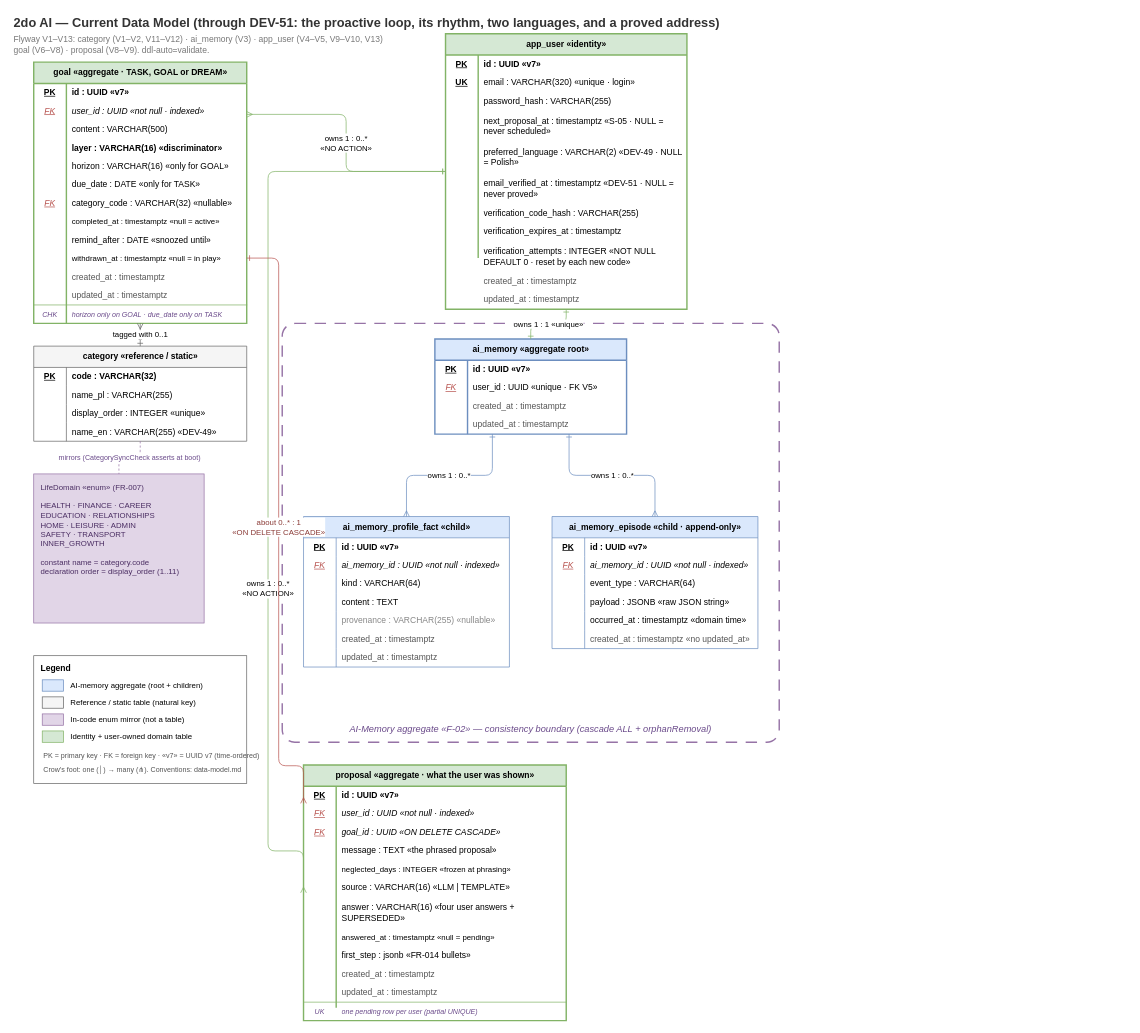
Earlier version of the draw.io diagram context/foundation/data-model-current.drawio (TheDariusz/2doai). Source tidied: cells renumbered, new cells numbered last; positions are measured from the earlier drawing's top-left corner, leaving out a move shared by most shapes. Both pictures are drawn from the tidied source at 71%, with x=0, y=0 at pixel (12, 12).
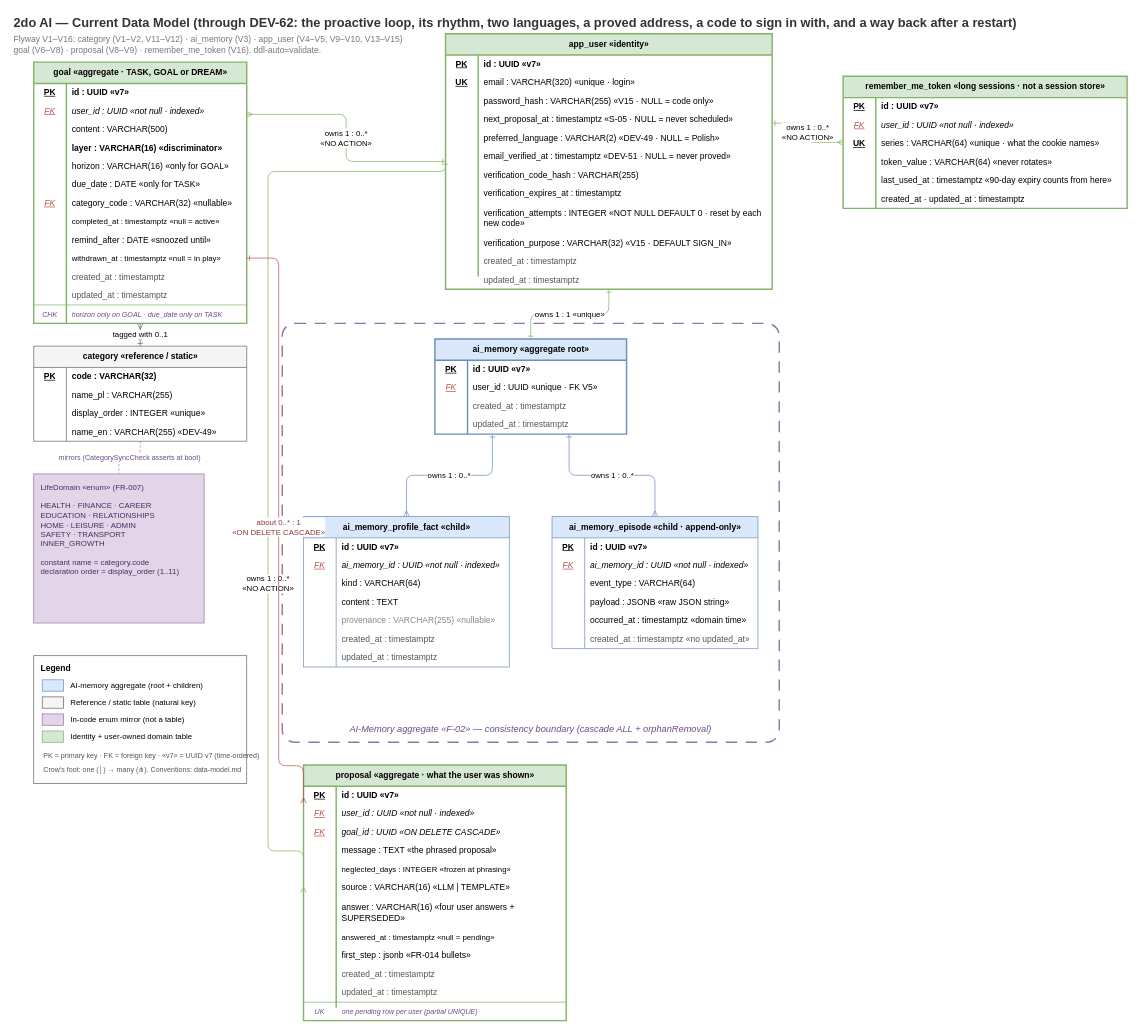
Above is the later version.

What changed in the source:
```diff
@@
-    <mxCell id="2" value="2do AI — Current Data Model (through DEV-51: the proactive loop, its rhythm, two languages, and a proved address)" style="text;html=1;align=left;verticalAlign=middle;fontSize=18;fontStyle=1;fontColor=#333333;" parent="1" vertex="1">
+    <mxCell id="2" value="2do AI — Current Data Model (through DEV-62: the proactive loop, its rhythm, two languages, a proved address, a code to sign in with, and a way back after a restart)" style="text;html=1;align=left;verticalAlign=middle;fontSize=18;fontStyle=1;fontColor=#333333;" parent="1" vertex="1">
       <mxGeometry width="760" height="30" as="geometry" />
     </mxCell>
-    <mxCell id="3" value="Flyway V1–V13:  category (V1–V2, V11–V12) · ai_memory (V3) · app_user (V4–V5, V9–V10, V13)&#10;goal (V6–V8) · proposal (V8–V9).   ddl-auto=validate." style="text;html=1;align=left;verticalAlign=middle;fontSize=12;fontColor=#777777;" parent="1" vertex="1">
+    <mxCell id="3" value="Flyway V1–V16:  category (V1–V2, V11–V12) · ai_memory (V3) · app_user (V4–V5, V9–V10, V13–V15)&#10;goal (V6–V8) · proposal (V8–V9) · remember_me_token (V16).   ddl-auto=validate." style="text;html=1;align=left;verticalAlign=middle;fontSize=12;fontColor=#777777;" parent="1" vertex="1">
       <mxGeometry y="28" width="600" height="34" as="geometry" />
     </mxCell>
@@
     <mxCell id="19" value="app_user  «identity»" style="shape=table;startSize=30;childLayout=tableLayout;rowLines=0;fontStyle=1;align=center;strokeColor=#82b366;strokeWidth=2;fillColor=#d5e8d4;html=1;" parent="1" vertex="1">
-      <mxGeometry x="610" y="30" width="340" height="388" as="geometry" />
+      <mxGeometry x="610" y="30" width="460" height="360" as="geometry" />
     </mxCell>
     <mxCell id="20" style="shape=tableRow;horizontal=0;startSize=0;swimlaneHead=0;swimlaneBody=0;strokeColor=inherit;top=0;left=0;right=0;bottom=0;fillColor=none;fontSize=12;" parent="19" vertex="1">
-      <mxGeometry y="30" width="340" height="26" as="geometry" />
+      <mxGeometry y="30" width="460" height="26" as="geometry" />
     </mxCell>
@@
     <mxCell id="22" value="id : UUID  «v7»" style="shape=partialRectangle;html=1;whiteSpace=wrap;strokeColor=inherit;overflow=hidden;fillColor=none;top=0;left=0;bottom=0;right=0;align=left;spacingLeft=6;fontStyle=1;" parent="20" vertex="1">
-      <mxGeometry x="46" width="294" height="26" as="geometry" />
+      <mxGeometry x="46" width="414" height="26" as="geometry" />
     </mxCell>
     <mxCell id="23" style="shape=tableRow;horizontal=0;startSize=0;swimlaneHead=0;swimlaneBody=0;strokeColor=inherit;top=0;left=0;right=0;bottom=0;fillColor=none;fontSize=12;" parent="19" vertex="1">
-      <mxGeometry y="56" width="340" height="26" as="geometry" />
+      <mxGeometry y="56" width="460" height="26" as="geometry" />
     </mxCell>
@@
     <mxCell id="25" value="email : VARCHAR(320)  «unique · login»" style="shape=partialRectangle;html=1;whiteSpace=wrap;strokeColor=inherit;overflow=hidden;fillColor=none;top=0;left=0;bottom=0;right=0;align=left;spacingLeft=6;" parent="23" vertex="1">
-      <mxGeometry x="46" width="294" height="26" as="geometry" />
+      <mxGeometry x="46" width="414" height="26" as="geometry" />
     </mxCell>
     <mxCell id="26" style="shape=tableRow;horizontal=0;startSize=0;swimlaneHead=0;swimlaneBody=0;strokeColor=inherit;top=0;left=0;right=0;bottom=0;fillColor=none;fontSize=12;" parent="19" vertex="1">
-      <mxGeometry y="82" width="340" height="26" as="geometry" />
+      <mxGeometry y="82" width="460" height="26" as="geometry" />
     </mxCell>
@@
-    <mxCell id="28" value="password_hash : VARCHAR(255)" style="shape=partialRectangle;html=1;whiteSpace=wrap;strokeColor=inherit;overflow=hidden;fillColor=none;top=0;left=0;bottom=0;right=0;align=left;spacingLeft=6;" parent="26" vertex="1">
-      <mxGeometry x="46" width="294" height="26" as="geometry" />
+    <mxCell id="28" value="password_hash : VARCHAR(255)  «V15 · NULL = code only»" style="shape=partialRectangle;html=1;whiteSpace=wrap;strokeColor=inherit;overflow=hidden;fillColor=none;top=0;left=0;bottom=0;right=0;align=left;spacingLeft=6;" parent="26" vertex="1">
+      <mxGeometry x="46" width="414" height="26" as="geometry" />
     </mxCell>
     <mxCell id="29" style="shape=tableRow;horizontal=0;startSize=0;swimlaneHead=0;swimlaneBody=0;strokeColor=inherit;top=0;left=0;right=0;bottom=0;fillColor=none;fontSize=12;" parent="19" vertex="1">
-      <mxGeometry y="108" width="340" height="44" as="geometry" />
+      <mxGeometry y="108" width="460" height="26" as="geometry" />
     </mxCell>
@@
     <mxCell id="31" value="next_proposal_at : timestamptz  «S-05 · NULL = never scheduled»" style="shape=partialRectangle;html=1;whiteSpace=wrap;strokeColor=inherit;overflow=hidden;fillColor=none;top=0;left=0;bottom=0;right=0;align=left;spacingLeft=6;" parent="29" vertex="1">
-      <mxGeometry x="46" width="294" height="44" as="geometry" />
+      <mxGeometry x="46" width="414" height="26" as="geometry" />
     </mxCell>
     <mxCell id="32" style="shape=tableRow;horizontal=0;startSize=0;swimlaneHead=0;swimlaneBody=0;strokeColor=inherit;top=0;left=0;right=0;bottom=0;fillColor=none;fontSize=12;" parent="19" vertex="1">
-      <mxGeometry y="152" width="340" height="44" as="geometry" />
+      <mxGeometry y="134" width="460" height="26" as="geometry" />
     </mxCell>
@@
     <mxCell id="34" value="preferred_language : VARCHAR(2)  «DEV-49 · NULL = Polish»" style="shape=partialRectangle;html=1;whiteSpace=wrap;strokeColor=inherit;overflow=hidden;fillColor=none;top=0;left=0;bottom=0;right=0;align=left;spacingLeft=6;" parent="32" vertex="1">
-      <mxGeometry x="46" width="294" height="44" as="geometry" />
+      <mxGeometry x="46" width="414" height="26" as="geometry" />
     </mxCell>
     <mxCell id="35" style="shape=tableRow;horizontal=0;startSize=0;swimlaneHead=0;swimlaneBody=0;strokeColor=inherit;top=0;left=0;right=0;bottom=0;fillColor=none;fontSize=12;" parent="19" vertex="1">
-      <mxGeometry y="196" width="340" height="44" as="geometry" />
+      <mxGeometry y="160" width="460" height="26" as="geometry" />
     </mxCell>
@@
     <mxCell id="37" value="email_verified_at : timestamptz  «DEV-51 · NULL = never proved»" style="shape=partialRectangle;html=1;whiteSpace=wrap;strokeColor=inherit;overflow=hidden;fillColor=none;top=0;left=0;bottom=0;right=0;align=left;spacingLeft=6;" parent="35" vertex="1">
-      <mxGeometry x="46" width="294" height="44" as="geometry" />
+      <mxGeometry x="46" width="414" height="26" as="geometry" />
     </mxCell>
     <mxCell id="38" style="shape=tableRow;horizontal=0;startSize=0;swimlaneHead=0;swimlaneBody=0;strokeColor=inherit;top=0;left=0;right=0;bottom=0;fillColor=none;fontSize=12;" parent="19" vertex="1">
-      <mxGeometry y="240" width="340" height="26" as="geometry" />
+      <mxGeometry y="186" width="460" height="26" as="geometry" />
     </mxCell>
@@
     <mxCell id="40" value="verification_code_hash : VARCHAR(255)" style="shape=partialRectangle;html=1;whiteSpace=wrap;strokeColor=inherit;overflow=hidden;fillColor=none;top=0;left=0;bottom=0;right=0;align=left;spacingLeft=6;" parent="38" vertex="1">
-      <mxGeometry x="46" width="294" height="26" as="geometry" />
+      <mxGeometry x="46" width="414" height="26" as="geometry" />
     </mxCell>
     <mxCell id="41" style="shape=tableRow;horizontal=0;startSize=0;swimlaneHead=0;swimlaneBody=0;strokeColor=inherit;top=0;left=0;right=0;bottom=0;fillColor=none;fontSize=12;" parent="19" vertex="1">
-      <mxGeometry y="266" width="340" height="26" as="geometry" />
+      <mxGeometry y="212" width="460" height="26" as="geometry" />
     </mxCell>
@@
     <mxCell id="43" value="verification_expires_at : timestamptz" style="shape=partialRectangle;html=1;whiteSpace=wrap;strokeColor=inherit;overflow=hidden;fillColor=none;top=0;left=0;bottom=0;right=0;align=left;spacingLeft=6;" parent="41" vertex="1">
-      <mxGeometry x="46" width="294" height="26" as="geometry" />
+      <mxGeometry x="46" width="414" height="26" as="geometry" />
     </mxCell>
     <mxCell id="44" style="shape=tableRow;horizontal=0;startSize=0;swimlaneHead=0;swimlaneBody=0;strokeColor=inherit;top=0;left=0;right=0;bottom=0;fillColor=none;fontSize=12;" parent="19" vertex="1">
-      <mxGeometry y="292" width="340" height="44" as="geometry" />
+      <mxGeometry y="238" width="460" height="44" as="geometry" />
     </mxCell>
@@
     <mxCell id="46" value="verification_attempts : INTEGER  «NOT NULL DEFAULT 0 · reset by each new code»" style="shape=partialRectangle;html=1;whiteSpace=wrap;strokeColor=inherit;overflow=hidden;fillColor=none;top=0;left=0;bottom=0;right=0;align=left;spacingLeft=6;" parent="44" vertex="1">
-      <mxGeometry x="46" width="294" height="44" as="geometry" />
+      <mxGeometry x="46" width="414" height="44" as="geometry" />
     </mxCell>
+    <mxCell id="203" style="shape=tableRow;horizontal=0;startSize=0;swimlaneHead=0;swimlaneBody=0;strokeColor=inherit;top=0;left=0;right=0;bottom=0;fillColor=none;fontSize=12;" parent="19" vertex="1">
+      <mxGeometry y="282" width="460" height="26" as="geometry" />
+    </mxCell>
+    <mxCell id="204" style="shape=partialRectangle;html=1;whiteSpace=wrap;strokeColor=inherit;overflow=hidden;fillColor=none;top=0;left=0;bottom=0;right=0;" parent="203" vertex="1">
+      <mxGeometry width="46" height="26" as="geometry" />
+    </mxCell>
+    <mxCell id="205" value="verification_purpose : VARCHAR(32)  «V15 · DEFAULT SIGN_IN»" style="shape=partialRectangle;html=1;whiteSpace=wrap;strokeColor=inherit;overflow=hidden;fillColor=none;top=0;left=0;bottom=0;right=0;align=left;spacingLeft=6;" parent="203" vertex="1">
+      <mxGeometry x="46" width="414" height="26" as="geometry" />
+    </mxCell>
     <mxCell id="47" style="shape=tableRow;horizontal=0;startSize=0;swimlaneHead=0;swimlaneBody=0;strokeColor=inherit;top=0;left=0;right=0;bottom=0;fillColor=none;fontSize=12;" parent="19" vertex="1">
-      <mxGeometry y="336" width="340" height="26" as="geometry" />
+      <mxGeometry y="308" width="460" height="26" as="geometry" />
     </mxCell>
@@
     <mxCell id="49" value="created_at : timestamptz" style="shape=partialRectangle;html=1;whiteSpace=wrap;strokeColor=inherit;overflow=hidden;fillColor=none;top=0;left=0;bottom=0;right=0;align=left;spacingLeft=6;fontColor=#555555;" parent="47" vertex="1">
-      <mxGeometry x="46" width="294" height="26" as="geometry" />
+      <mxGeometry x="46" width="414" height="26" as="geometry" />
     </mxCell>
     <mxCell id="50" style="shape=tableRow;horizontal=0;startSize=0;swimlaneHead=0;swimlaneBody=0;strokeColor=inherit;top=0;left=0;right=0;bottom=0;fillColor=none;fontSize=12;" parent="19" vertex="1">
-      <mxGeometry y="362" width="340" height="26" as="geometry" />
+      <mxGeometry y="334" width="460" height="26" as="geometry" />
     </mxCell>
@@
     <mxCell id="52" value="updated_at : timestamptz" style="shape=partialRectangle;html=1;whiteSpace=wrap;strokeColor=inherit;overflow=hidden;fillColor=none;top=0;left=0;bottom=0;right=0;align=left;spacingLeft=6;fontColor=#555555;" parent="50" vertex="1">
-      <mxGeometry x="46" width="294" height="26" as="geometry" />
+      <mxGeometry x="46" width="414" height="26" as="geometry" />
     </mxCell>
@@
+    <mxCell id="206" value="remember_me_token  «long sessions · not a session store»" style="shape=table;startSize=30;childLayout=tableLayout;rowLines=0;fontStyle=1;align=center;strokeColor=#82b366;strokeWidth=2;fillColor=#d5e8d4;html=1;" parent="1" vertex="1">
+      <mxGeometry x="1170" y="90" width="400" height="186" as="geometry" />
+    </mxCell>
+    <mxCell id="207" style="shape=tableRow;horizontal=0;startSize=0;swimlaneHead=0;swimlaneBody=0;strokeColor=inherit;top=0;left=0;right=0;bottom=0;fillColor=none;fontSize=12;" parent="206" vertex="1">
+      <mxGeometry y="30" width="400" height="26" as="geometry" />
+    </mxCell>
+    <mxCell id="208" value="PK" style="shape=partialRectangle;html=1;whiteSpace=wrap;strokeColor=inherit;overflow=hidden;fillColor=none;top=0;left=0;bottom=0;right=0;fontStyle=5;align=center;" parent="207" vertex="1">
+      <mxGeometry width="46" height="26" as="geometry" />
+    </mxCell>
+    <mxCell id="209" value="id : UUID  «v7»" style="shape=partialRectangle;html=1;whiteSpace=wrap;strokeColor=inherit;overflow=hidden;fillColor=none;top=0;left=0;bottom=0;right=0;align=left;spacingLeft=6;fontStyle=1;" parent="207" vertex="1">
+      <mxGeometry x="46" width="354" height="26" as="geometry" />
+    </mxCell>
+    <mxCell id="210" style="shape=tableRow;horizontal=0;startSize=0;swimlaneHead=0;swimlaneBody=0;strokeColor=inherit;top=0;left=0;right=0;bottom=0;fillColor=none;fontSize=12;" parent="206" vertex="1">
+      <mxGeometry y="56" width="400" height="26" as="geometry" />
+    </mxCell>
+    <mxCell id="211" value="FK" style="shape=partialRectangle;html=1;whiteSpace=wrap;strokeColor=inherit;overflow=hidden;fillColor=none;top=0;left=0;bottom=0;right=0;fontStyle=6;align=center;fontColor=#b85450;" parent="210" vertex="1">
+      <mxGeometry width="46" height="26" as="geometry" />
+    </mxCell>
+    <mxCell id="212" value="user_id : UUID  «not null · indexed»" style="shape=partialRectangle;html=1;whiteSpace=wrap;strokeColor=inherit;overflow=hidden;fillColor=none;top=0;left=0;bottom=0;right=0;align=left;spacingLeft=6;fontStyle=2;" parent="210" vertex="1">
+      <mxGeometry x="46" width="354" height="26" as="geometry" />
+    </mxCell>
+    <mxCell id="213" style="shape=tableRow;horizontal=0;startSize=0;swimlaneHead=0;swimlaneBody=0;strokeColor=inherit;top=0;left=0;right=0;bottom=0;fillColor=none;fontSize=12;" parent="206" vertex="1">
+      <mxGeometry y="82" width="400" height="26" as="geometry" />
+    </mxCell>
+    <mxCell id="214" value="UK" style="shape=partialRectangle;html=1;whiteSpace=wrap;strokeColor=inherit;overflow=hidden;fillColor=none;top=0;left=0;bottom=0;right=0;fontStyle=5;align=center;" parent="213" vertex="1">
+      <mxGeometry width="46" height="26" as="geometry" />
+    </mxCell>
+    <mxCell id="215" value="series : VARCHAR(64)  «unique · what the cookie names»" style="shape=partialRectangle;html=1;whiteSpace=wrap;strokeColor=inherit;overflow=hidden;fillColor=none;top=0;left=0;bottom=0;right=0;align=left;spacingLeft=6;" parent="213" vertex="1">
+      <mxGeometry x="46" width="354" height="26" as="geometry" />
+    </mxCell>
+    <mxCell id="216" style="shape=tableRow;horizontal=0;startSize=0;swimlaneHead=0;swimlaneBody=0;strokeColor=inherit;top=0;left=0;right=0;bottom=0;fillColor=none;fontSize=12;" parent="206" vertex="1">
+      <mxGeometry y="108" width="400" height="26" as="geometry" />
+    </mxCell>
+    <mxCell id="217" style="shape=partialRectangle;html=1;whiteSpace=wrap;strokeColor=inherit;overflow=hidden;fillColor=none;top=0;left=0;bottom=0;right=0;" parent="216" vertex="1">
+      <mxGeometry width="46" height="26" as="geometry" />
+    </mxCell>
+    <mxCell id="218" value="token_value : VARCHAR(64)  «never rotates»" style="shape=partialRectangle;html=1;whiteSpace=wrap;strokeColor=inherit;overflow=hidden;fillColor=none;top=0;left=0;bottom=0;right=0;align=left;spacingLeft=6;" parent="216" vertex="1">
+      <mxGeometry x="46" width="354" height="26" as="geometry" />
+    </mxCell>
+    <mxCell id="219" style="shape=tableRow;horizontal=0;startSize=0;swimlaneHead=0;swimlaneBody=0;strokeColor=inherit;top=0;left=0;right=0;bottom=0;fillColor=none;fontSize=12;" parent="206" vertex="1">
+      <mxGeometry y="134" width="400" height="26" as="geometry" />
+    </mxCell>
+    <mxCell id="220" style="shape=partialRectangle;html=1;whiteSpace=wrap;strokeColor=inherit;overflow=hidden;fillColor=none;top=0;left=0;bottom=0;right=0;" parent="219" vertex="1">
+      <mxGeometry width="46" height="26" as="geometry" />
+    </mxCell>
+    <mxCell id="221" value="last_used_at : timestamptz  «90-day expiry counts from here»" style="shape=partialRectangle;html=1;whiteSpace=wrap;strokeColor=inherit;overflow=hidden;fillColor=none;top=0;left=0;bottom=0;right=0;align=left;spacingLeft=6;" parent="219" vertex="1">
+      <mxGeometry x="46" width="354" height="26" as="geometry" />
+    </mxCell>
+    <mxCell id="222" style="shape=tableRow;horizontal=0;startSize=0;swimlaneHead=0;swimlaneBody=0;strokeColor=inherit;top=0;left=0;right=0;bottom=0;fillColor=none;fontSize=12;" parent="206" vertex="1">
+      <mxGeometry y="160" width="400" height="26" as="geometry" />
+    </mxCell>
+    <mxCell id="223" style="shape=partialRectangle;html=1;whiteSpace=wrap;strokeColor=inherit;overflow=hidden;fillColor=none;top=0;left=0;bottom=0;right=0;" parent="222" vertex="1">
+      <mxGeometry width="46" height="26" as="geometry" />
+    </mxCell>
+    <mxCell id="224" value="created_at · updated_at : timestamptz" style="shape=partialRectangle;html=1;whiteSpace=wrap;strokeColor=inherit;overflow=hidden;fillColor=none;top=0;left=0;bottom=0;right=0;align=left;spacingLeft=6;" parent="222" vertex="1">
+      <mxGeometry x="46" width="354" height="26" as="geometry" />
+    </mxCell>
+    <mxCell id="225" value="owns  1 : 0..*&#10;«NO ACTION»" style="edgeStyle=orthogonalEdgeStyle;rounded=1;jettySize=auto;html=1;startArrow=ERmany;startFill=0;endArrow=ERone;endFill=0;strokeColor=#82b366;fontSize=11;labelBackgroundColor=#ffffff;exitX=0;exitY=0.5;exitDx=0;exitDy=0;entryX=1;entryY=0.35;entryDx=0;entryDy=0;" parent="1" edge="1" source="206" target="19">
+      <mxGeometry relative="1" as="geometry" />
+    </mxCell>
```
